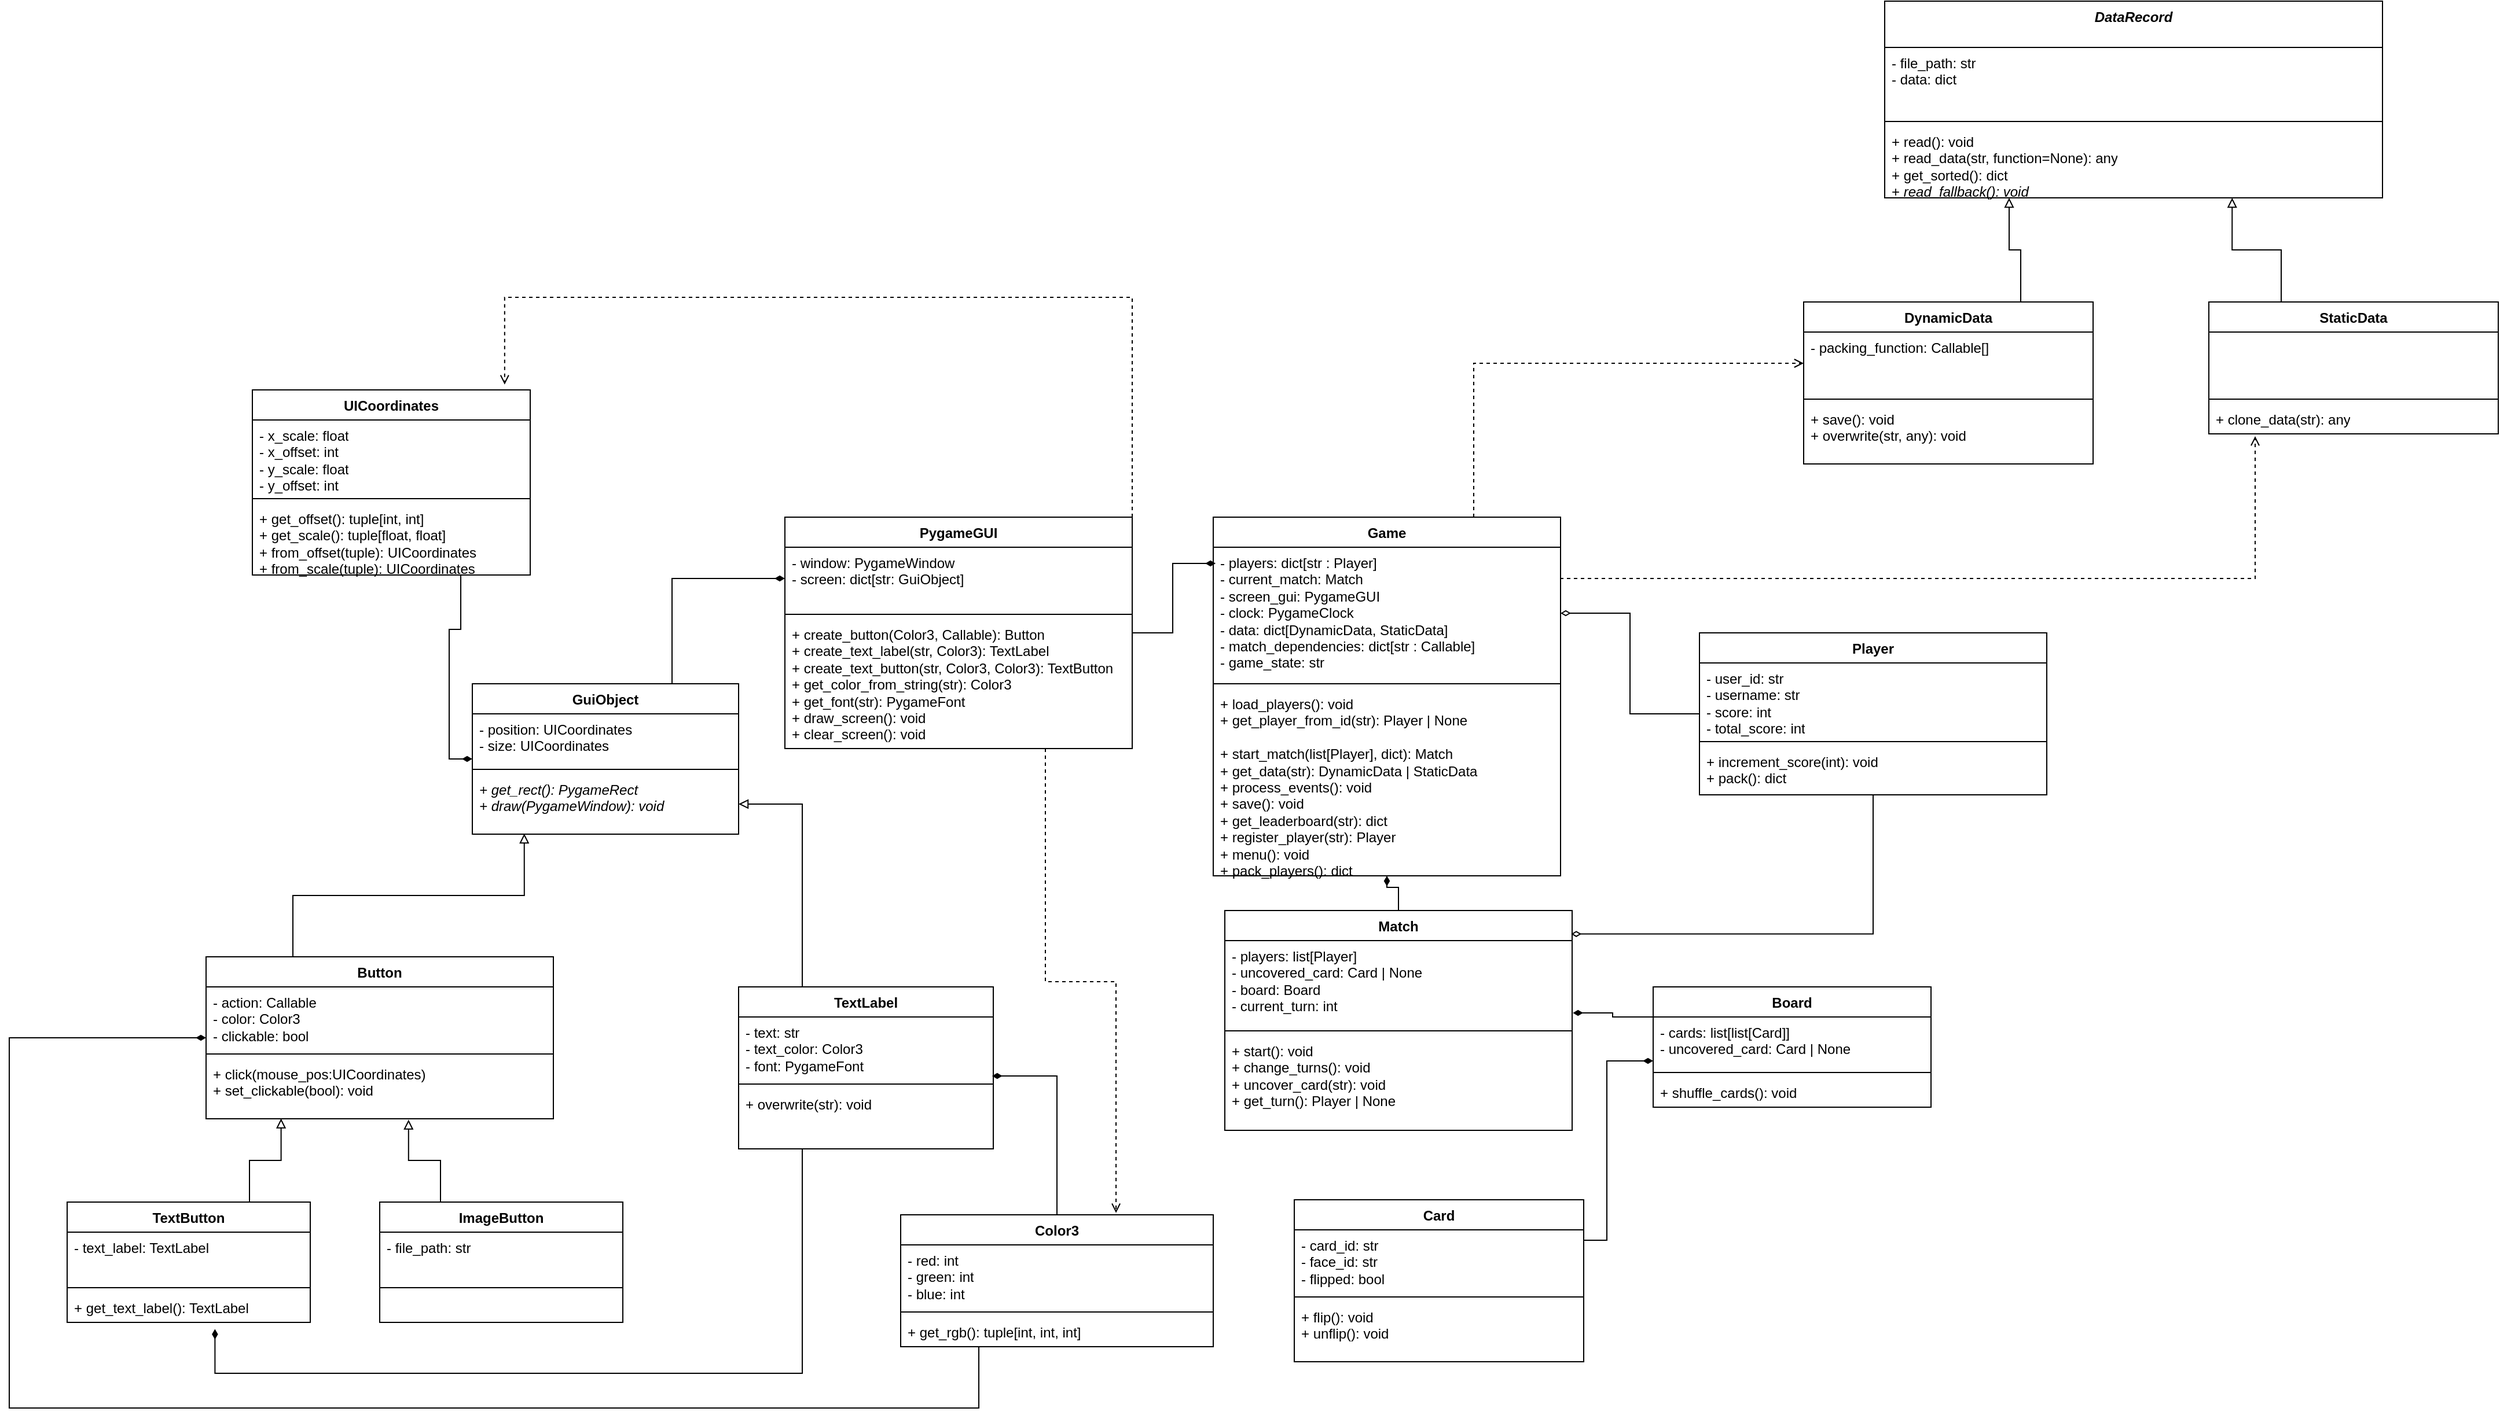
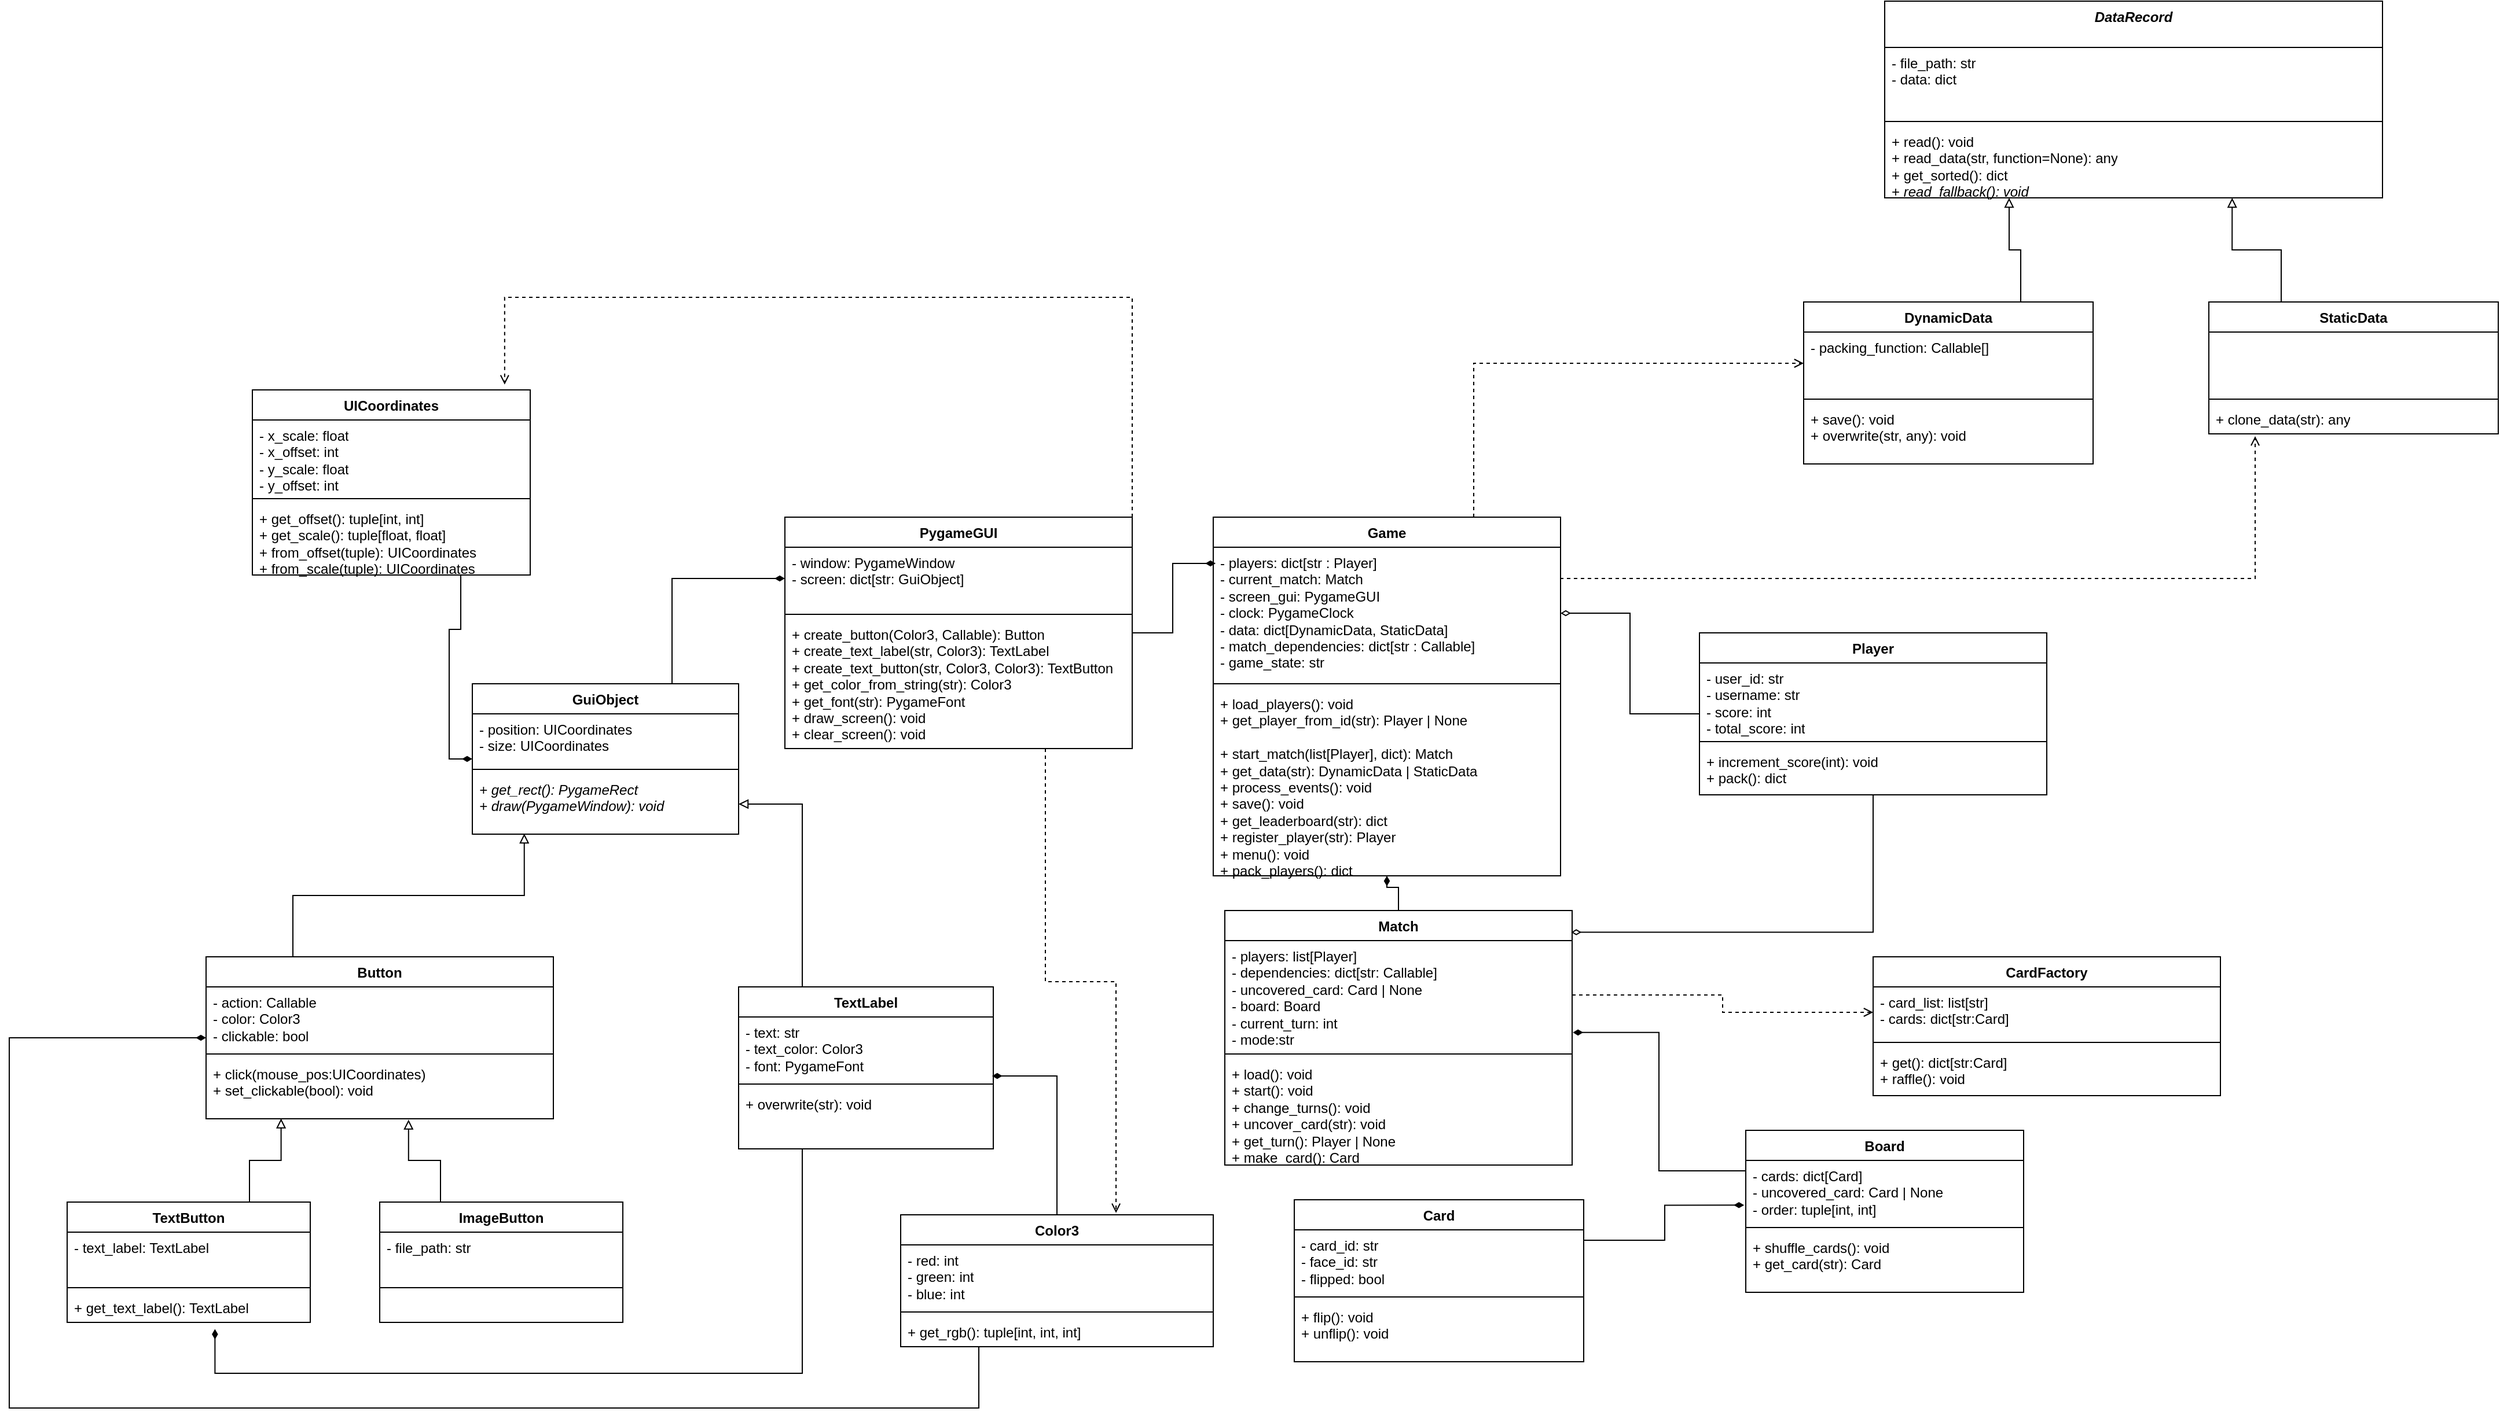
<mxfile host="app.diagrams.net">
  <diagram name="Page-1" id="O6mCpQ_lWsjEK-XlasFV">
-     <mxGraphModel dx="2019" dy="1243" grid="1" gridSize="10" guides="1" tooltips="1" connect="1" arrows="1" fold="1" page="0" pageScale="1" pageWidth="850" pageHeight="1100" math="0" shadow="0">
+     <mxGraphModel dx="2060" dy="1265" grid="1" gridSize="10" guides="1" tooltips="1" connect="1" arrows="1" fold="1" page="0" pageScale="1" pageWidth="850" pageHeight="1100" math="0" shadow="0">
      <root>
        <mxCell id="0" />
        <mxCell id="1" parent="0" />
        <mxCell id="eQeHEutrMqce5xfz2TAn-13" edge="1" parent="1" source="eQeHEutrMqce5xfz2TAn-1" style="edgeStyle=orthogonalEdgeStyle;rounded=0;orthogonalLoop=1;jettySize=auto;html=1;endArrow=diamondThin;endFill=0;" target="eQeHEutrMqce5xfz2TAn-6">
          <mxGeometry relative="1" as="geometry" />
        </mxCell>
        <mxCell id="eQeHEutrMqce5xfz2TAn-1" parent="1" style="swimlane;fontStyle=1;align=center;verticalAlign=top;childLayout=stackLayout;horizontal=1;startSize=26;horizontalStack=0;resizeParent=1;resizeParentMax=0;resizeLast=0;collapsible=1;marginBottom=0;whiteSpace=wrap;html=1;" value="Player" vertex="1">
          <mxGeometry height="140" width="300" x="440" y="10" as="geometry" />
        </mxCell>
        <mxCell id="eQeHEutrMqce5xfz2TAn-2" parent="eQeHEutrMqce5xfz2TAn-1" style="text;strokeColor=none;fillColor=none;align=left;verticalAlign=top;spacingLeft=4;spacingRight=4;overflow=hidden;rotatable=0;points=[[0,0.5],[1,0.5]];portConstraint=eastwest;whiteSpace=wrap;html=1;" value="- user_id: str&lt;div&gt;- username: str&lt;/div&gt;&lt;div&gt;- score: int&lt;/div&gt;&lt;div&gt;- total_score: int&lt;/div&gt;" vertex="1">
          <mxGeometry height="64" width="300" y="26" as="geometry" />
        </mxCell>
        <mxCell id="eQeHEutrMqce5xfz2TAn-3" parent="eQeHEutrMqce5xfz2TAn-1" style="line;strokeWidth=1;fillColor=none;align=left;verticalAlign=middle;spacingTop=-1;spacingLeft=3;spacingRight=3;rotatable=0;labelPosition=right;points=[];portConstraint=eastwest;strokeColor=inherit;" value="" vertex="1">
          <mxGeometry height="8" width="300" y="90" as="geometry" />
        </mxCell>
        <mxCell id="eQeHEutrMqce5xfz2TAn-4" parent="eQeHEutrMqce5xfz2TAn-1" style="text;strokeColor=none;fillColor=none;align=left;verticalAlign=top;spacingLeft=4;spacingRight=4;overflow=hidden;rotatable=0;points=[[0,0.5],[1,0.5]];portConstraint=eastwest;whiteSpace=wrap;html=1;" value="+ increment_score(int): void&lt;div&gt;+ pack(): dict&lt;/div&gt;" vertex="1">
          <mxGeometry height="42" width="300" y="98" as="geometry" />
        </mxCell>
        <mxCell id="eQeHEutrMqce5xfz2TAn-92" edge="1" parent="1" source="eQeHEutrMqce5xfz2TAn-5" style="edgeStyle=orthogonalEdgeStyle;rounded=0;orthogonalLoop=1;jettySize=auto;html=1;exitX=0.75;exitY=0;exitDx=0;exitDy=0;endArrow=open;endFill=0;dashed=1;" target="eQeHEutrMqce5xfz2TAn-61">
          <mxGeometry relative="1" as="geometry" />
        </mxCell>
        <mxCell id="eQeHEutrMqce5xfz2TAn-5" parent="1" style="swimlane;fontStyle=1;align=center;verticalAlign=top;childLayout=stackLayout;horizontal=1;startSize=26;horizontalStack=0;resizeParent=1;resizeParentMax=0;resizeLast=0;collapsible=1;marginBottom=0;whiteSpace=wrap;html=1;" value="Game" vertex="1">
          <mxGeometry height="310" width="300" x="20" y="-90" as="geometry" />
        </mxCell>
        <mxCell id="eQeHEutrMqce5xfz2TAn-6" parent="eQeHEutrMqce5xfz2TAn-5" style="text;strokeColor=none;fillColor=none;align=left;verticalAlign=top;spacingLeft=4;spacingRight=4;overflow=hidden;rotatable=0;points=[[0,0.5],[1,0.5]];portConstraint=eastwest;whiteSpace=wrap;html=1;" value="- players: dict[str : Player]&lt;div&gt;- current_match: Match&lt;/div&gt;&lt;div&gt;- screen_gui: PygameGUI&lt;/div&gt;&lt;div&gt;- clock: PygameClock&lt;/div&gt;&lt;div&gt;- data: dict[DynamicData, StaticData]&lt;/div&gt;&lt;div&gt;- match_dependencies: dict[str : Callable]&lt;/div&gt;&lt;div&gt;- game_state: str&lt;/div&gt;" vertex="1">
          <mxGeometry height="114" width="300" y="26" as="geometry" />
        </mxCell>
        <mxCell id="eQeHEutrMqce5xfz2TAn-7" parent="eQeHEutrMqce5xfz2TAn-5" style="line;strokeWidth=1;fillColor=none;align=left;verticalAlign=middle;spacingTop=-1;spacingLeft=3;spacingRight=3;rotatable=0;labelPosition=right;points=[];portConstraint=eastwest;strokeColor=inherit;" value="" vertex="1">
          <mxGeometry height="8" width="300" y="140" as="geometry" />
        </mxCell>
        <mxCell id="eQeHEutrMqce5xfz2TAn-8" parent="eQeHEutrMqce5xfz2TAn-5" style="text;strokeColor=none;fillColor=none;align=left;verticalAlign=top;spacingLeft=4;spacingRight=4;overflow=hidden;rotatable=0;points=[[0,0.5],[1,0.5]];portConstraint=eastwest;whiteSpace=wrap;html=1;" value="&lt;div&gt;+ load_players(): void&lt;/div&gt;+ get_player_from_id(str): Player | None&lt;div&gt;&lt;font&gt;&lt;span style=&quot;color: light-dark(rgb(255, 255, 255), rgb(250, 250, 250));&quot;&gt;+ get_player_by_name(str): Player | None&lt;/span&gt;&lt;br&gt;&lt;/font&gt;&lt;div&gt;&lt;div&gt;+ start_match(list[Player], dict): Match&lt;/div&gt;&lt;div&gt;+ get_data(str): DynamicData | StaticData&lt;/div&gt;&lt;div&gt;+ process_events(): void&lt;/div&gt;&lt;div&gt;+ save(): void&lt;/div&gt;&lt;div&gt;+ get_leaderboard(str): dict&lt;/div&gt;&lt;div&gt;+ register_player(str): Player&lt;/div&gt;&lt;div&gt;+ menu(): void&lt;/div&gt;&lt;div&gt;+ pack_players(): dict&lt;/div&gt;&lt;/div&gt;&lt;/div&gt;" vertex="1">
          <mxGeometry height="162" width="300" y="148" as="geometry" />
        </mxCell>
        <mxCell id="eQeHEutrMqce5xfz2TAn-20" edge="1" parent="1" source="eQeHEutrMqce5xfz2TAn-9" style="edgeStyle=orthogonalEdgeStyle;rounded=0;orthogonalLoop=1;jettySize=auto;html=1;entryX=0.5;entryY=1;entryDx=0;entryDy=0;endArrow=diamondThin;endFill=1;" target="eQeHEutrMqce5xfz2TAn-5">
          <mxGeometry relative="1" as="geometry">
            <mxPoint x="170" y="60" as="targetPoint" />
          </mxGeometry>
        </mxCell>
        <mxCell id="eQeHEutrMqce5xfz2TAn-9" parent="1" style="swimlane;fontStyle=1;align=center;verticalAlign=top;childLayout=stackLayout;horizontal=1;startSize=26;horizontalStack=0;resizeParent=1;resizeParentMax=0;resizeLast=0;collapsible=1;marginBottom=0;whiteSpace=wrap;html=1;" value="Match" vertex="1">
-           <mxGeometry height="190" width="300" x="30" y="250" as="geometry" />
-         </mxCell>
-         <mxCell id="eQeHEutrMqce5xfz2TAn-10" parent="eQeHEutrMqce5xfz2TAn-9" style="text;strokeColor=none;fillColor=none;align=left;verticalAlign=top;spacingLeft=4;spacingRight=4;overflow=hidden;rotatable=0;points=[[0,0.5],[1,0.5]];portConstraint=eastwest;whiteSpace=wrap;html=1;" value="- players: list[Player]&lt;div&gt;- uncovered_card: Card | None&lt;/div&gt;&lt;div&gt;- board: Board&lt;/div&gt;&lt;div&gt;- current_turn: int&lt;/div&gt;" vertex="1">
-           <mxGeometry height="74" width="300" y="26" as="geometry" />
+           <mxGeometry height="220" width="300" x="30" y="250" as="geometry" />
+         </mxCell>
+         <mxCell id="eQeHEutrMqce5xfz2TAn-10" parent="eQeHEutrMqce5xfz2TAn-9" style="text;strokeColor=none;fillColor=none;align=left;verticalAlign=top;spacingLeft=4;spacingRight=4;overflow=hidden;rotatable=0;points=[[0,0.5],[1,0.5]];portConstraint=eastwest;whiteSpace=wrap;html=1;" value="- players: list[Player]&lt;div&gt;- dependencies: dict[str: Callable]&lt;br&gt;&lt;div&gt;- uncovered_card: Card | None&lt;/div&gt;&lt;div&gt;- board: Board&lt;/div&gt;&lt;div&gt;- current_turn: int&lt;/div&gt;&lt;/div&gt;&lt;div&gt;- mode:str&lt;/div&gt;" vertex="1">
+           <mxGeometry height="94" width="300" y="26" as="geometry" />
        </mxCell>
        <mxCell id="eQeHEutrMqce5xfz2TAn-11" parent="eQeHEutrMqce5xfz2TAn-9" style="line;strokeWidth=1;fillColor=none;align=left;verticalAlign=middle;spacingTop=-1;spacingLeft=3;spacingRight=3;rotatable=0;labelPosition=right;points=[];portConstraint=eastwest;strokeColor=inherit;" value="" vertex="1">
-           <mxGeometry height="8" width="300" y="100" as="geometry" />
-         </mxCell>
-         <mxCell id="eQeHEutrMqce5xfz2TAn-12" parent="eQeHEutrMqce5xfz2TAn-9" style="text;strokeColor=none;fillColor=none;align=left;verticalAlign=top;spacingLeft=4;spacingRight=4;overflow=hidden;rotatable=0;points=[[0,0.5],[1,0.5]];portConstraint=eastwest;whiteSpace=wrap;html=1;" value="&lt;div&gt;+ start(): void&lt;/div&gt;&lt;div&gt;+ change_turns(): void&lt;/div&gt;+ uncover_card(str): void&lt;div&gt;+ get_turn(): Player | None&lt;br&gt;&lt;div&gt;&lt;br&gt;&lt;/div&gt;&lt;/div&gt;" vertex="1">
-           <mxGeometry height="82" width="300" y="108" as="geometry" />
+           <mxGeometry height="8" width="300" y="120" as="geometry" />
+         </mxCell>
+         <mxCell id="eQeHEutrMqce5xfz2TAn-12" parent="eQeHEutrMqce5xfz2TAn-9" style="text;strokeColor=none;fillColor=none;align=left;verticalAlign=top;spacingLeft=4;spacingRight=4;overflow=hidden;rotatable=0;points=[[0,0.5],[1,0.5]];portConstraint=eastwest;whiteSpace=wrap;html=1;" value="&lt;div&gt;+ load(): void&lt;/div&gt;&lt;div&gt;+ start(): void&lt;/div&gt;&lt;div&gt;+ change_turns(): void&lt;/div&gt;+ uncover_card(str): void&lt;div&gt;+ get_turn(): Player | None&lt;br&gt;&lt;div&gt;+ make_card(): Card&lt;/div&gt;&lt;/div&gt;" vertex="1">
+           <mxGeometry height="92" width="300" y="128" as="geometry" />
        </mxCell>
        <mxCell id="eQeHEutrMqce5xfz2TAn-14" edge="1" parent="1" source="eQeHEutrMqce5xfz2TAn-1" style="edgeStyle=orthogonalEdgeStyle;rounded=0;orthogonalLoop=1;jettySize=auto;html=1;entryX=0.997;entryY=-0.077;entryDx=0;entryDy=0;entryPerimeter=0;endArrow=diamondThin;endFill=0;" target="eQeHEutrMqce5xfz2TAn-10">
          <mxGeometry relative="1" as="geometry" />
        </mxCell>
        <mxCell id="eQeHEutrMqce5xfz2TAn-15" parent="1" style="swimlane;fontStyle=1;align=center;verticalAlign=top;childLayout=stackLayout;horizontal=1;startSize=26;horizontalStack=0;resizeParent=1;resizeParentMax=0;resizeLast=0;collapsible=1;marginBottom=0;whiteSpace=wrap;html=1;" value="PygameGUI" vertex="1">
          <mxGeometry height="200" width="300" x="-350" y="-90" as="geometry" />
        </mxCell>
        <mxCell id="eQeHEutrMqce5xfz2TAn-16" parent="eQeHEutrMqce5xfz2TAn-15" style="text;strokeColor=none;fillColor=none;align=left;verticalAlign=top;spacingLeft=4;spacingRight=4;overflow=hidden;rotatable=0;points=[[0,0.5],[1,0.5]];portConstraint=eastwest;whiteSpace=wrap;html=1;" value="- window: PygameWindow&lt;div&gt;- screen: dict[str: GuiObject]&lt;/div&gt;" vertex="1">
          <mxGeometry height="54" width="300" y="26" as="geometry" />
        </mxCell>
        <mxCell id="eQeHEutrMqce5xfz2TAn-17" parent="eQeHEutrMqce5xfz2TAn-15" style="line;strokeWidth=1;fillColor=none;align=left;verticalAlign=middle;spacingTop=-1;spacingLeft=3;spacingRight=3;rotatable=0;labelPosition=right;points=[];portConstraint=eastwest;strokeColor=inherit;" value="" vertex="1">
          <mxGeometry height="8" width="300" y="80" as="geometry" />
        </mxCell>
        <mxCell id="eQeHEutrMqce5xfz2TAn-18" parent="eQeHEutrMqce5xfz2TAn-15" style="text;strokeColor=none;fillColor=none;align=left;verticalAlign=top;spacingLeft=4;spacingRight=4;overflow=hidden;rotatable=0;points=[[0,0.5],[1,0.5]];portConstraint=eastwest;whiteSpace=wrap;html=1;" value="&lt;div&gt;+ create_button(Color3, Callable): Button&lt;/div&gt;&lt;div&gt;+ create_text_label(str, Color3): TextLabel&lt;/div&gt;&lt;div&gt;+ create_text_button(str, Color3, Color3): TextButton&lt;/div&gt;&lt;div&gt;+ get_color_from_string(str): Color3&lt;/div&gt;&lt;div&gt;+ get_font(str): PygameFont&lt;/div&gt;&lt;div&gt;+ draw_screen(): void&lt;/div&gt;&lt;div&gt;+ clear_screen(): void&lt;/div&gt;" vertex="1">
          <mxGeometry height="112" width="300" y="88" as="geometry" />
        </mxCell>
        <mxCell id="eQeHEutrMqce5xfz2TAn-19" edge="1" parent="1" source="eQeHEutrMqce5xfz2TAn-15" style="edgeStyle=orthogonalEdgeStyle;rounded=0;orthogonalLoop=1;jettySize=auto;html=1;entryX=0.007;entryY=0.129;entryDx=0;entryDy=0;entryPerimeter=0;endArrow=diamondThin;endFill=1;" target="eQeHEutrMqce5xfz2TAn-5">
          <mxGeometry relative="1" as="geometry" />
        </mxCell>
        <mxCell id="eQeHEutrMqce5xfz2TAn-21" parent="1" style="swimlane;fontStyle=1;align=center;verticalAlign=top;childLayout=stackLayout;horizontal=1;startSize=26;horizontalStack=0;resizeParent=1;resizeParentMax=0;resizeLast=0;collapsible=1;marginBottom=0;whiteSpace=wrap;html=1;" value="Button" vertex="1">
          <mxGeometry height="140" width="300" x="-850" y="290" as="geometry" />
        </mxCell>
        <mxCell id="eQeHEutrMqce5xfz2TAn-22" parent="eQeHEutrMqce5xfz2TAn-21" style="text;strokeColor=none;fillColor=none;align=left;verticalAlign=top;spacingLeft=4;spacingRight=4;overflow=hidden;rotatable=0;points=[[0,0.5],[1,0.5]];portConstraint=eastwest;whiteSpace=wrap;html=1;" value="- action: Callable&lt;div&gt;- color: Color3&lt;/div&gt;&lt;div&gt;- clickable: bool&lt;/div&gt;" vertex="1">
          <mxGeometry height="54" width="300" y="26" as="geometry" />
        </mxCell>
        <mxCell id="eQeHEutrMqce5xfz2TAn-23" parent="eQeHEutrMqce5xfz2TAn-21" style="line;strokeWidth=1;fillColor=none;align=left;verticalAlign=middle;spacingTop=-1;spacingLeft=3;spacingRight=3;rotatable=0;labelPosition=right;points=[];portConstraint=eastwest;strokeColor=inherit;" value="" vertex="1">
          <mxGeometry height="8" width="300" y="80" as="geometry" />
        </mxCell>
        <mxCell id="eQeHEutrMqce5xfz2TAn-24" parent="eQeHEutrMqce5xfz2TAn-21" style="text;strokeColor=none;fillColor=none;align=left;verticalAlign=top;spacingLeft=4;spacingRight=4;overflow=hidden;rotatable=0;points=[[0,0.5],[1,0.5]];portConstraint=eastwest;whiteSpace=wrap;html=1;" value="&lt;div&gt;+ click(mouse_pos:UICoordinates)&lt;/div&gt;&lt;div&gt;+ set_clickable(bool): void&lt;/div&gt;" vertex="1">
          <mxGeometry height="52" width="300" y="88" as="geometry" />
        </mxCell>
        <mxCell id="eQeHEutrMqce5xfz2TAn-114" edge="1" parent="1" source="eQeHEutrMqce5xfz2TAn-29" style="edgeStyle=orthogonalEdgeStyle;rounded=0;orthogonalLoop=1;jettySize=auto;html=1;exitX=0.25;exitY=1;exitDx=0;exitDy=0;entryX=0;entryY=0.5;entryDx=0;entryDy=0;endArrow=diamondThin;endFill=1;" target="eQeHEutrMqce5xfz2TAn-21">
          <mxGeometry relative="1" as="geometry">
            <Array as="points">
              <mxPoint x="-182" y="680" />
              <mxPoint x="-1020" y="680" />
              <mxPoint x="-1020" y="360" />
            </Array>
          </mxGeometry>
        </mxCell>
        <mxCell id="eQeHEutrMqce5xfz2TAn-29" parent="1" style="swimlane;fontStyle=1;align=center;verticalAlign=top;childLayout=stackLayout;horizontal=1;startSize=26;horizontalStack=0;resizeParent=1;resizeParentMax=0;resizeLast=0;collapsible=1;marginBottom=0;whiteSpace=wrap;html=1;" value="Color3" vertex="1">
          <mxGeometry height="114" width="270" x="-250" y="513" as="geometry" />
        </mxCell>
        <mxCell id="eQeHEutrMqce5xfz2TAn-30" parent="eQeHEutrMqce5xfz2TAn-29" style="text;strokeColor=none;fillColor=none;align=left;verticalAlign=top;spacingLeft=4;spacingRight=4;overflow=hidden;rotatable=0;points=[[0,0.5],[1,0.5]];portConstraint=eastwest;whiteSpace=wrap;html=1;" value="- red: int&lt;div&gt;- green: int&lt;/div&gt;&lt;div&gt;- blue: int&lt;/div&gt;" vertex="1">
          <mxGeometry height="54" width="270" y="26" as="geometry" />
        </mxCell>
        <mxCell id="eQeHEutrMqce5xfz2TAn-31" parent="eQeHEutrMqce5xfz2TAn-29" style="line;strokeWidth=1;fillColor=none;align=left;verticalAlign=middle;spacingTop=-1;spacingLeft=3;spacingRight=3;rotatable=0;labelPosition=right;points=[];portConstraint=eastwest;strokeColor=inherit;" value="" vertex="1">
          <mxGeometry height="8" width="270" y="80" as="geometry" />
        </mxCell>
        <mxCell id="eQeHEutrMqce5xfz2TAn-32" parent="eQeHEutrMqce5xfz2TAn-29" style="text;strokeColor=none;fillColor=none;align=left;verticalAlign=top;spacingLeft=4;spacingRight=4;overflow=hidden;rotatable=0;points=[[0,0.5],[1,0.5]];portConstraint=eastwest;whiteSpace=wrap;html=1;" value="+ get_rgb(): tuple[int, int, int]" vertex="1">
          <mxGeometry height="26" width="270" y="88" as="geometry" />
        </mxCell>
        <mxCell id="eQeHEutrMqce5xfz2TAn-41" edge="1" parent="1" source="eQeHEutrMqce5xfz2TAn-36" style="edgeStyle=orthogonalEdgeStyle;rounded=0;orthogonalLoop=1;jettySize=auto;html=1;exitX=0.75;exitY=0;exitDx=0;exitDy=0;entryX=0.216;entryY=0.995;entryDx=0;entryDy=0;entryPerimeter=0;endArrow=block;endFill=0;" target="eQeHEutrMqce5xfz2TAn-24">
          <mxGeometry relative="1" as="geometry">
            <mxPoint x="-300" y="270" as="targetPoint" />
          </mxGeometry>
        </mxCell>
        <mxCell id="eQeHEutrMqce5xfz2TAn-36" parent="1" style="swimlane;fontStyle=1;align=center;verticalAlign=top;childLayout=stackLayout;horizontal=1;startSize=26;horizontalStack=0;resizeParent=1;resizeParentMax=0;resizeLast=0;collapsible=1;marginBottom=0;whiteSpace=wrap;html=1;" value="TextButton" vertex="1">
          <mxGeometry height="104" width="210" x="-970" y="502" as="geometry" />
        </mxCell>
        <mxCell id="eQeHEutrMqce5xfz2TAn-37" parent="eQeHEutrMqce5xfz2TAn-36" style="text;strokeColor=none;fillColor=none;align=left;verticalAlign=top;spacingLeft=4;spacingRight=4;overflow=hidden;rotatable=0;points=[[0,0.5],[1,0.5]];portConstraint=eastwest;whiteSpace=wrap;html=1;" value="- text_label: TextLabel" vertex="1">
          <mxGeometry height="44" width="210" y="26" as="geometry" />
        </mxCell>
        <mxCell id="eQeHEutrMqce5xfz2TAn-38" parent="eQeHEutrMqce5xfz2TAn-36" style="line;strokeWidth=1;fillColor=none;align=left;verticalAlign=middle;spacingTop=-1;spacingLeft=3;spacingRight=3;rotatable=0;labelPosition=right;points=[];portConstraint=eastwest;strokeColor=inherit;" value="" vertex="1">
          <mxGeometry height="8" width="210" y="70" as="geometry" />
        </mxCell>
        <mxCell id="eQeHEutrMqce5xfz2TAn-39" parent="eQeHEutrMqce5xfz2TAn-36" style="text;strokeColor=none;fillColor=none;align=left;verticalAlign=top;spacingLeft=4;spacingRight=4;overflow=hidden;rotatable=0;points=[[0,0.5],[1,0.5]];portConstraint=eastwest;whiteSpace=wrap;html=1;" value="&lt;div&gt;+ get_text_label(): TextLabel&lt;/div&gt;" vertex="1">
          <mxGeometry height="26" width="210" y="78" as="geometry" />
        </mxCell>
        <mxCell id="eQeHEutrMqce5xfz2TAn-46" edge="1" parent="1" source="eQeHEutrMqce5xfz2TAn-42" style="edgeStyle=orthogonalEdgeStyle;rounded=0;orthogonalLoop=1;jettySize=auto;html=1;exitX=0.25;exitY=0;exitDx=0;exitDy=0;entryX=0.583;entryY=1.015;entryDx=0;entryDy=0;entryPerimeter=0;endArrow=block;endFill=0;" target="eQeHEutrMqce5xfz2TAn-24">
          <mxGeometry relative="1" as="geometry">
            <mxPoint x="-190" y="270" as="targetPoint" />
          </mxGeometry>
        </mxCell>
        <mxCell id="eQeHEutrMqce5xfz2TAn-42" parent="1" style="swimlane;fontStyle=1;align=center;verticalAlign=top;childLayout=stackLayout;horizontal=1;startSize=26;horizontalStack=0;resizeParent=1;resizeParentMax=0;resizeLast=0;collapsible=1;marginBottom=0;whiteSpace=wrap;html=1;" value="ImageButton" vertex="1">
          <mxGeometry height="104" width="210" x="-700" y="502" as="geometry" />
        </mxCell>
        <mxCell id="eQeHEutrMqce5xfz2TAn-43" parent="eQeHEutrMqce5xfz2TAn-42" style="text;strokeColor=none;fillColor=none;align=left;verticalAlign=top;spacingLeft=4;spacingRight=4;overflow=hidden;rotatable=0;points=[[0,0.5],[1,0.5]];portConstraint=eastwest;whiteSpace=wrap;html=1;" value="- file_path: str" vertex="1">
          <mxGeometry height="44" width="210" y="26" as="geometry" />
        </mxCell>
        <mxCell id="eQeHEutrMqce5xfz2TAn-44" parent="eQeHEutrMqce5xfz2TAn-42" style="line;strokeWidth=1;fillColor=none;align=left;verticalAlign=middle;spacingTop=-1;spacingLeft=3;spacingRight=3;rotatable=0;labelPosition=right;points=[];portConstraint=eastwest;strokeColor=inherit;" value="" vertex="1">
          <mxGeometry height="8" width="210" y="70" as="geometry" />
        </mxCell>
        <mxCell id="eQeHEutrMqce5xfz2TAn-45" parent="eQeHEutrMqce5xfz2TAn-42" style="text;strokeColor=none;fillColor=none;align=left;verticalAlign=top;spacingLeft=4;spacingRight=4;overflow=hidden;rotatable=0;points=[[0,0.5],[1,0.5]];portConstraint=eastwest;whiteSpace=wrap;html=1;" value="&lt;br&gt;&lt;div&gt;&lt;br&gt;&lt;/div&gt;" vertex="1">
          <mxGeometry height="26" width="210" y="78" as="geometry" />
        </mxCell>
        <mxCell id="eQeHEutrMqce5xfz2TAn-111" edge="1" parent="1" source="eQeHEutrMqce5xfz2TAn-47" style="edgeStyle=orthogonalEdgeStyle;rounded=0;orthogonalLoop=1;jettySize=auto;html=1;exitX=0.75;exitY=1;exitDx=0;exitDy=0;entryX=0;entryY=0.5;entryDx=0;entryDy=0;endArrow=diamondThin;endFill=1;" target="eQeHEutrMqce5xfz2TAn-103">
          <mxGeometry relative="1" as="geometry" />
        </mxCell>
        <mxCell id="eQeHEutrMqce5xfz2TAn-47" parent="1" style="swimlane;fontStyle=1;align=center;verticalAlign=top;childLayout=stackLayout;horizontal=1;startSize=26;horizontalStack=0;resizeParent=1;resizeParentMax=0;resizeLast=0;collapsible=1;marginBottom=0;whiteSpace=wrap;html=1;" value="UICoordinates" vertex="1">
          <mxGeometry height="160" width="240" x="-810" y="-200" as="geometry" />
        </mxCell>
        <mxCell id="eQeHEutrMqce5xfz2TAn-48" parent="eQeHEutrMqce5xfz2TAn-47" style="text;strokeColor=none;fillColor=none;align=left;verticalAlign=top;spacingLeft=4;spacingRight=4;overflow=hidden;rotatable=0;points=[[0,0.5],[1,0.5]];portConstraint=eastwest;whiteSpace=wrap;html=1;" value="- x_scale: float&lt;div&gt;- x_offset: int&lt;/div&gt;&lt;div&gt;- y_scale: float&lt;/div&gt;&lt;div&gt;- y_offset: int&lt;/div&gt;" vertex="1">
          <mxGeometry height="64" width="240" y="26" as="geometry" />
        </mxCell>
        <mxCell id="eQeHEutrMqce5xfz2TAn-49" parent="eQeHEutrMqce5xfz2TAn-47" style="line;strokeWidth=1;fillColor=none;align=left;verticalAlign=middle;spacingTop=-1;spacingLeft=3;spacingRight=3;rotatable=0;labelPosition=right;points=[];portConstraint=eastwest;strokeColor=inherit;" value="" vertex="1">
          <mxGeometry height="8" width="240" y="90" as="geometry" />
        </mxCell>
        <mxCell id="eQeHEutrMqce5xfz2TAn-50" parent="eQeHEutrMqce5xfz2TAn-47" style="text;strokeColor=none;fillColor=none;align=left;verticalAlign=top;spacingLeft=4;spacingRight=4;overflow=hidden;rotatable=0;points=[[0,0.5],[1,0.5]];portConstraint=eastwest;whiteSpace=wrap;html=1;" value="+ get_offset(): tuple[int, int]&lt;div&gt;+ get_scale(): tuple[float, float]&lt;/div&gt;&lt;div&gt;+ from_offset(tuple): UICoordinates&lt;/div&gt;&lt;div&gt;+ from_scale(tuple): UICoordinates&lt;/div&gt;" vertex="1">
          <mxGeometry height="62" width="240" y="98" as="geometry" />
        </mxCell>
        <mxCell id="eQeHEutrMqce5xfz2TAn-52" parent="1" style="swimlane;fontStyle=1;align=center;verticalAlign=top;childLayout=stackLayout;horizontal=1;startSize=40;horizontalStack=0;resizeParent=1;resizeParentMax=0;resizeLast=0;collapsible=1;marginBottom=0;whiteSpace=wrap;html=1;" value="&lt;div&gt;&lt;i style=&quot;background-color: transparent; color: light-dark(rgb(0, 0, 0), rgb(255, 255, 255));&quot;&gt;DataRecord&lt;/i&gt;&lt;/div&gt;" vertex="1">
          <mxGeometry height="170" width="430" x="600" y="-536" as="geometry" />
        </mxCell>
        <mxCell id="eQeHEutrMqce5xfz2TAn-53" parent="eQeHEutrMqce5xfz2TAn-52" style="text;strokeColor=none;fillColor=none;align=left;verticalAlign=top;spacingLeft=4;spacingRight=4;overflow=hidden;rotatable=0;points=[[0,0.5],[1,0.5]];portConstraint=eastwest;whiteSpace=wrap;html=1;" value="&lt;div&gt;- file_path: str&lt;/div&gt;&lt;div&gt;- data: dict&lt;/div&gt;&lt;div&gt;&lt;br&gt;&lt;/div&gt;" vertex="1">
          <mxGeometry height="60" width="430" y="40" as="geometry" />
        </mxCell>
        <mxCell id="eQeHEutrMqce5xfz2TAn-54" parent="eQeHEutrMqce5xfz2TAn-52" style="line;strokeWidth=1;fillColor=none;align=left;verticalAlign=middle;spacingTop=-1;spacingLeft=3;spacingRight=3;rotatable=0;labelPosition=right;points=[];portConstraint=eastwest;strokeColor=inherit;" value="" vertex="1">
          <mxGeometry height="8" width="430" y="100" as="geometry" />
        </mxCell>
        <mxCell id="eQeHEutrMqce5xfz2TAn-55" parent="eQeHEutrMqce5xfz2TAn-52" style="text;strokeColor=none;fillColor=none;align=left;verticalAlign=top;spacingLeft=4;spacingRight=4;overflow=hidden;rotatable=0;points=[[0,0.5],[1,0.5]];portConstraint=eastwest;whiteSpace=wrap;html=1;" value="+ read(): void&lt;div&gt;+ read_data(str, function=None): any&lt;/div&gt;&lt;div&gt;+ get_sorted(): dict&lt;/div&gt;&lt;div&gt;+ &lt;i&gt;read_fallback(): void&lt;/i&gt;&lt;/div&gt;&lt;div&gt;&lt;br&gt;&lt;/div&gt;" vertex="1">
          <mxGeometry height="62" width="430" y="108" as="geometry" />
        </mxCell>
        <mxCell id="eQeHEutrMqce5xfz2TAn-56" parent="1" style="swimlane;fontStyle=1;align=center;verticalAlign=top;childLayout=stackLayout;horizontal=1;startSize=26;horizontalStack=0;resizeParent=1;resizeParentMax=0;resizeLast=0;collapsible=1;marginBottom=0;whiteSpace=wrap;html=1;" value="StaticData" vertex="1">
          <mxGeometry height="114" width="250" x="880" y="-276" as="geometry" />
        </mxCell>
        <mxCell id="eQeHEutrMqce5xfz2TAn-57" parent="eQeHEutrMqce5xfz2TAn-56" style="text;strokeColor=none;fillColor=none;align=left;verticalAlign=top;spacingLeft=4;spacingRight=4;overflow=hidden;rotatable=0;points=[[0,0.5],[1,0.5]];portConstraint=eastwest;whiteSpace=wrap;html=1;" value="&lt;div&gt;&lt;br&gt;&lt;/div&gt;" vertex="1">
          <mxGeometry height="54" width="250" y="26" as="geometry" />
        </mxCell>
        <mxCell id="eQeHEutrMqce5xfz2TAn-58" parent="eQeHEutrMqce5xfz2TAn-56" style="line;strokeWidth=1;fillColor=none;align=left;verticalAlign=middle;spacingTop=-1;spacingLeft=3;spacingRight=3;rotatable=0;labelPosition=right;points=[];portConstraint=eastwest;strokeColor=inherit;" value="" vertex="1">
          <mxGeometry height="8" width="250" y="80" as="geometry" />
        </mxCell>
        <mxCell id="eQeHEutrMqce5xfz2TAn-59" parent="eQeHEutrMqce5xfz2TAn-56" style="text;strokeColor=none;fillColor=none;align=left;verticalAlign=top;spacingLeft=4;spacingRight=4;overflow=hidden;rotatable=0;points=[[0,0.5],[1,0.5]];portConstraint=eastwest;whiteSpace=wrap;html=1;" value="+ clone_data(str): any" vertex="1">
          <mxGeometry height="26" width="250" y="88" as="geometry" />
        </mxCell>
        <mxCell id="eQeHEutrMqce5xfz2TAn-64" edge="1" parent="1" source="eQeHEutrMqce5xfz2TAn-60" style="edgeStyle=orthogonalEdgeStyle;rounded=0;orthogonalLoop=1;jettySize=auto;html=1;exitX=0.75;exitY=0;exitDx=0;exitDy=0;entryX=0.25;entryY=1;entryDx=0;entryDy=0;endArrow=block;endFill=0;" target="eQeHEutrMqce5xfz2TAn-52">
          <mxGeometry relative="1" as="geometry" />
        </mxCell>
        <mxCell id="eQeHEutrMqce5xfz2TAn-60" parent="1" style="swimlane;fontStyle=1;align=center;verticalAlign=top;childLayout=stackLayout;horizontal=1;startSize=26;horizontalStack=0;resizeParent=1;resizeParentMax=0;resizeLast=0;collapsible=1;marginBottom=0;whiteSpace=wrap;html=1;" value="DynamicData" vertex="1">
          <mxGeometry height="140" width="250" x="530" y="-276" as="geometry" />
        </mxCell>
        <mxCell id="eQeHEutrMqce5xfz2TAn-61" parent="eQeHEutrMqce5xfz2TAn-60" style="text;strokeColor=none;fillColor=none;align=left;verticalAlign=top;spacingLeft=4;spacingRight=4;overflow=hidden;rotatable=0;points=[[0,0.5],[1,0.5]];portConstraint=eastwest;whiteSpace=wrap;html=1;" value="&lt;div&gt;- packing_function: Callable[]&lt;/div&gt;&lt;div&gt;&lt;br&gt;&lt;/div&gt;" vertex="1">
          <mxGeometry height="54" width="250" y="26" as="geometry" />
        </mxCell>
        <mxCell id="eQeHEutrMqce5xfz2TAn-62" parent="eQeHEutrMqce5xfz2TAn-60" style="line;strokeWidth=1;fillColor=none;align=left;verticalAlign=middle;spacingTop=-1;spacingLeft=3;spacingRight=3;rotatable=0;labelPosition=right;points=[];portConstraint=eastwest;strokeColor=inherit;" value="" vertex="1">
          <mxGeometry height="8" width="250" y="80" as="geometry" />
        </mxCell>
        <mxCell id="eQeHEutrMqce5xfz2TAn-63" parent="eQeHEutrMqce5xfz2TAn-60" style="text;strokeColor=none;fillColor=none;align=left;verticalAlign=top;spacingLeft=4;spacingRight=4;overflow=hidden;rotatable=0;points=[[0,0.5],[1,0.5]];portConstraint=eastwest;whiteSpace=wrap;html=1;" value="+ save(): void&lt;div&gt;+ overwrite(str, any): void&lt;/div&gt;" vertex="1">
          <mxGeometry height="52" width="250" y="88" as="geometry" />
        </mxCell>
        <mxCell id="eQeHEutrMqce5xfz2TAn-65" edge="1" parent="1" source="eQeHEutrMqce5xfz2TAn-56" style="edgeStyle=orthogonalEdgeStyle;rounded=0;orthogonalLoop=1;jettySize=auto;html=1;exitX=0.25;exitY=0;exitDx=0;exitDy=0;entryX=0.698;entryY=1;entryDx=0;entryDy=0;entryPerimeter=0;endArrow=block;endFill=0;" target="eQeHEutrMqce5xfz2TAn-55">
          <mxGeometry relative="1" as="geometry" />
        </mxCell>
        <mxCell id="eQeHEutrMqce5xfz2TAn-77" parent="1" style="swimlane;fontStyle=1;align=center;verticalAlign=top;childLayout=stackLayout;horizontal=1;startSize=26;horizontalStack=0;resizeParent=1;resizeParentMax=0;resizeLast=0;collapsible=1;marginBottom=0;whiteSpace=wrap;html=1;" value="Card" vertex="1">
          <mxGeometry height="140" width="250" x="90" y="500" as="geometry" />
        </mxCell>
        <mxCell id="eQeHEutrMqce5xfz2TAn-78" parent="eQeHEutrMqce5xfz2TAn-77" style="text;strokeColor=none;fillColor=none;align=left;verticalAlign=top;spacingLeft=4;spacingRight=4;overflow=hidden;rotatable=0;points=[[0,0.5],[1,0.5]];portConstraint=eastwest;whiteSpace=wrap;html=1;" value="- card_id: str&lt;div&gt;- face_id: str&lt;/div&gt;&lt;div&gt;- flipped: bool&lt;/div&gt;" vertex="1">
          <mxGeometry height="54" width="250" y="26" as="geometry" />
        </mxCell>
        <mxCell id="eQeHEutrMqce5xfz2TAn-79" parent="eQeHEutrMqce5xfz2TAn-77" style="line;strokeWidth=1;fillColor=none;align=left;verticalAlign=middle;spacingTop=-1;spacingLeft=3;spacingRight=3;rotatable=0;labelPosition=right;points=[];portConstraint=eastwest;strokeColor=inherit;" value="" vertex="1">
          <mxGeometry height="8" width="250" y="80" as="geometry" />
        </mxCell>
        <mxCell id="eQeHEutrMqce5xfz2TAn-80" parent="eQeHEutrMqce5xfz2TAn-77" style="text;strokeColor=none;fillColor=none;align=left;verticalAlign=top;spacingLeft=4;spacingRight=4;overflow=hidden;rotatable=0;points=[[0,0.5],[1,0.5]];portConstraint=eastwest;whiteSpace=wrap;html=1;" value="+ flip(): void&lt;div&gt;+ unflip(): void&lt;/div&gt;" vertex="1">
          <mxGeometry height="52" width="250" y="88" as="geometry" />
        </mxCell>
        <mxCell id="eQeHEutrMqce5xfz2TAn-108" edge="1" parent="1" source="eQeHEutrMqce5xfz2TAn-82" style="edgeStyle=orthogonalEdgeStyle;rounded=0;orthogonalLoop=1;jettySize=auto;html=1;exitX=0.25;exitY=0;exitDx=0;exitDy=0;endArrow=block;endFill=0;" target="eQeHEutrMqce5xfz2TAn-106">
          <mxGeometry relative="1" as="geometry" />
        </mxCell>
        <mxCell id="eQeHEutrMqce5xfz2TAn-82" parent="1" style="swimlane;fontStyle=1;align=center;verticalAlign=top;childLayout=stackLayout;horizontal=1;startSize=26;horizontalStack=0;resizeParent=1;resizeParentMax=0;resizeLast=0;collapsible=1;marginBottom=0;whiteSpace=wrap;html=1;" value="TextLabel" vertex="1">
          <mxGeometry height="140" width="220" x="-390" y="316" as="geometry" />
        </mxCell>
        <mxCell id="eQeHEutrMqce5xfz2TAn-83" parent="eQeHEutrMqce5xfz2TAn-82" style="text;strokeColor=none;fillColor=none;align=left;verticalAlign=top;spacingLeft=4;spacingRight=4;overflow=hidden;rotatable=0;points=[[0,0.5],[1,0.5]];portConstraint=eastwest;whiteSpace=wrap;html=1;" value="- text: str&lt;div&gt;- text_color: Color3&lt;/div&gt;&lt;div&gt;- font: PygameFont&lt;/div&gt;" vertex="1">
          <mxGeometry height="54" width="220" y="26" as="geometry" />
        </mxCell>
        <mxCell id="eQeHEutrMqce5xfz2TAn-84" parent="eQeHEutrMqce5xfz2TAn-82" style="line;strokeWidth=1;fillColor=none;align=left;verticalAlign=middle;spacingTop=-1;spacingLeft=3;spacingRight=3;rotatable=0;labelPosition=right;points=[];portConstraint=eastwest;strokeColor=inherit;" value="" vertex="1">
          <mxGeometry height="8" width="220" y="80" as="geometry" />
        </mxCell>
        <mxCell id="eQeHEutrMqce5xfz2TAn-85" parent="eQeHEutrMqce5xfz2TAn-82" style="text;strokeColor=none;fillColor=none;align=left;verticalAlign=top;spacingLeft=4;spacingRight=4;overflow=hidden;rotatable=0;points=[[0,0.5],[1,0.5]];portConstraint=eastwest;whiteSpace=wrap;html=1;" value="+ overwrite(str): void&lt;div&gt;&lt;br&gt;&lt;/div&gt;" vertex="1">
          <mxGeometry height="52" width="220" y="88" as="geometry" />
        </mxCell>
        <mxCell id="eQeHEutrMqce5xfz2TAn-90" edge="1" parent="1" source="eQeHEutrMqce5xfz2TAn-82" style="edgeStyle=orthogonalEdgeStyle;rounded=0;orthogonalLoop=1;jettySize=auto;html=1;exitX=0.25;exitY=1;exitDx=0;exitDy=0;entryX=0.608;entryY=1.222;entryDx=0;entryDy=0;entryPerimeter=0;endArrow=diamondThin;endFill=1;" target="eQeHEutrMqce5xfz2TAn-39">
          <mxGeometry relative="1" as="geometry">
            <Array as="points">
              <mxPoint x="-335" y="650" />
              <mxPoint x="-842" y="650" />
            </Array>
          </mxGeometry>
        </mxCell>
        <mxCell id="eQeHEutrMqce5xfz2TAn-93" edge="1" parent="1" source="eQeHEutrMqce5xfz2TAn-5" style="edgeStyle=orthogonalEdgeStyle;rounded=0;orthogonalLoop=1;jettySize=auto;html=1;exitX=1;exitY=0.25;exitDx=0;exitDy=0;entryX=0.16;entryY=1.077;entryDx=0;entryDy=0;entryPerimeter=0;dashed=1;endArrow=open;endFill=0;" target="eQeHEutrMqce5xfz2TAn-59">
          <mxGeometry relative="1" as="geometry">
            <Array as="points">
              <mxPoint x="920" y="-37" />
            </Array>
          </mxGeometry>
        </mxCell>
        <mxCell id="eQeHEutrMqce5xfz2TAn-95" edge="1" parent="1" source="eQeHEutrMqce5xfz2TAn-15" style="edgeStyle=orthogonalEdgeStyle;rounded=0;orthogonalLoop=1;jettySize=auto;html=1;exitX=1;exitY=0;exitDx=0;exitDy=0;entryX=0.908;entryY=-0.029;entryDx=0;entryDy=0;entryPerimeter=0;dashed=1;endArrow=open;endFill=0;" target="eQeHEutrMqce5xfz2TAn-47">
          <mxGeometry relative="1" as="geometry">
            <Array as="points">
              <mxPoint x="-50" y="-280" />
              <mxPoint x="-592" y="-280" />
            </Array>
          </mxGeometry>
        </mxCell>
        <mxCell id="eQeHEutrMqce5xfz2TAn-97" parent="1" style="swimlane;fontStyle=1;align=center;verticalAlign=top;childLayout=stackLayout;horizontal=1;startSize=26;horizontalStack=0;resizeParent=1;resizeParentMax=0;resizeLast=0;collapsible=1;marginBottom=0;whiteSpace=wrap;html=1;" value="Board" vertex="1">
-           <mxGeometry height="104" width="240" x="400" y="316" as="geometry" />
-         </mxCell>
-         <mxCell id="eQeHEutrMqce5xfz2TAn-98" parent="eQeHEutrMqce5xfz2TAn-97" style="text;strokeColor=none;fillColor=none;align=left;verticalAlign=top;spacingLeft=4;spacingRight=4;overflow=hidden;rotatable=0;points=[[0,0.5],[1,0.5]];portConstraint=eastwest;whiteSpace=wrap;html=1;" value="- cards: list[list[Card]]&lt;div&gt;- uncovered_card: Card | None&lt;/div&gt;" vertex="1">
-           <mxGeometry height="44" width="240" y="26" as="geometry" />
+           <mxGeometry height="140" width="240" x="480" y="440" as="geometry" />
+         </mxCell>
+         <mxCell id="eQeHEutrMqce5xfz2TAn-98" parent="eQeHEutrMqce5xfz2TAn-97" style="text;strokeColor=none;fillColor=none;align=left;verticalAlign=top;spacingLeft=4;spacingRight=4;overflow=hidden;rotatable=0;points=[[0,0.5],[1,0.5]];portConstraint=eastwest;whiteSpace=wrap;html=1;" value="- cards: dict[Card]&lt;div&gt;- uncovered_card: Card | None&lt;/div&gt;&lt;div&gt;- order: tuple[int, int]&lt;/div&gt;" vertex="1">
+           <mxGeometry height="54" width="240" y="26" as="geometry" />
        </mxCell>
        <mxCell id="eQeHEutrMqce5xfz2TAn-99" parent="eQeHEutrMqce5xfz2TAn-97" style="line;strokeWidth=1;fillColor=none;align=left;verticalAlign=middle;spacingTop=-1;spacingLeft=3;spacingRight=3;rotatable=0;labelPosition=right;points=[];portConstraint=eastwest;strokeColor=inherit;" value="" vertex="1">
-           <mxGeometry height="8" width="240" y="70" as="geometry" />
-         </mxCell>
-         <mxCell id="eQeHEutrMqce5xfz2TAn-100" parent="eQeHEutrMqce5xfz2TAn-97" style="text;strokeColor=none;fillColor=none;align=left;verticalAlign=top;spacingLeft=4;spacingRight=4;overflow=hidden;rotatable=0;points=[[0,0.5],[1,0.5]];portConstraint=eastwest;whiteSpace=wrap;html=1;" value="+ shuffle_cards(): void" vertex="1">
-           <mxGeometry height="26" width="240" y="78" as="geometry" />
-         </mxCell>
-         <mxCell id="eQeHEutrMqce5xfz2TAn-101" edge="1" parent="1" source="eQeHEutrMqce5xfz2TAn-77" style="edgeStyle=orthogonalEdgeStyle;rounded=0;orthogonalLoop=1;jettySize=auto;html=1;exitX=1;exitY=0.25;exitDx=0;exitDy=0;endArrow=diamondThin;endFill=1;">
-           <mxGeometry relative="1" as="geometry">
-             <Array as="points">
-               <mxPoint x="360" y="535" />
-               <mxPoint x="360" y="380" />
-             </Array>
-             <mxPoint x="400" y="380" as="targetPoint" />
-           </mxGeometry>
+           <mxGeometry height="8" width="240" y="80" as="geometry" />
+         </mxCell>
+         <mxCell id="eQeHEutrMqce5xfz2TAn-100" parent="eQeHEutrMqce5xfz2TAn-97" style="text;strokeColor=none;fillColor=none;align=left;verticalAlign=top;spacingLeft=4;spacingRight=4;overflow=hidden;rotatable=0;points=[[0,0.5],[1,0.5]];portConstraint=eastwest;whiteSpace=wrap;html=1;" value="+ shuffle_cards(): void&lt;div&gt;+ get_card(str): Card&lt;/div&gt;" vertex="1">
+           <mxGeometry height="52" width="240" y="88" as="geometry" />
        </mxCell>
        <mxCell id="eQeHEutrMqce5xfz2TAn-102" edge="1" parent="1" source="eQeHEutrMqce5xfz2TAn-97" style="edgeStyle=orthogonalEdgeStyle;rounded=0;orthogonalLoop=1;jettySize=auto;html=1;exitX=0;exitY=0.25;exitDx=0;exitDy=0;entryX=1.002;entryY=0.845;entryDx=0;entryDy=0;entryPerimeter=0;endArrow=diamondThin;endFill=1;" target="eQeHEutrMqce5xfz2TAn-10">
          <mxGeometry relative="1" as="geometry" />
        </mxCell>
        <mxCell id="eQeHEutrMqce5xfz2TAn-109" edge="1" parent="1" source="eQeHEutrMqce5xfz2TAn-103" style="edgeStyle=orthogonalEdgeStyle;rounded=0;orthogonalLoop=1;jettySize=auto;html=1;exitX=0.75;exitY=0;exitDx=0;exitDy=0;endArrow=diamondThin;endFill=1;" target="eQeHEutrMqce5xfz2TAn-16">
          <mxGeometry relative="1" as="geometry" />
        </mxCell>
        <mxCell id="eQeHEutrMqce5xfz2TAn-103" parent="1" style="swimlane;fontStyle=1;align=center;verticalAlign=top;childLayout=stackLayout;horizontal=1;startSize=26;horizontalStack=0;resizeParent=1;resizeParentMax=0;resizeLast=0;collapsible=1;marginBottom=0;whiteSpace=wrap;html=1;" value="GuiObject" vertex="1">
          <mxGeometry height="130" width="230" x="-620" y="54" as="geometry" />
        </mxCell>
        <mxCell id="eQeHEutrMqce5xfz2TAn-104" parent="eQeHEutrMqce5xfz2TAn-103" style="text;strokeColor=none;fillColor=none;align=left;verticalAlign=top;spacingLeft=4;spacingRight=4;overflow=hidden;rotatable=0;points=[[0,0.5],[1,0.5]];portConstraint=eastwest;whiteSpace=wrap;html=1;" value="- position: UICoordinates&lt;div&gt;- size: UICoordinates&lt;/div&gt;" vertex="1">
          <mxGeometry height="44" width="230" y="26" as="geometry" />
        </mxCell>
        <mxCell id="eQeHEutrMqce5xfz2TAn-105" parent="eQeHEutrMqce5xfz2TAn-103" style="line;strokeWidth=1;fillColor=none;align=left;verticalAlign=middle;spacingTop=-1;spacingLeft=3;spacingRight=3;rotatable=0;labelPosition=right;points=[];portConstraint=eastwest;strokeColor=inherit;" value="" vertex="1">
          <mxGeometry height="8" width="230" y="70" as="geometry" />
        </mxCell>
        <mxCell id="eQeHEutrMqce5xfz2TAn-106" parent="eQeHEutrMqce5xfz2TAn-103" style="text;strokeColor=none;fillColor=none;align=left;verticalAlign=top;spacingLeft=4;spacingRight=4;overflow=hidden;rotatable=0;points=[[0,0.5],[1,0.5]];portConstraint=eastwest;whiteSpace=wrap;html=1;" value="&lt;div&gt;&lt;i&gt;+ get_rect(): PygameRect&lt;/i&gt;&lt;/div&gt;&lt;div&gt;&lt;i&gt;+ draw(PygameWindow): void&lt;/i&gt;&amp;nbsp;&lt;/div&gt;" vertex="1">
          <mxGeometry height="52" width="230" y="78" as="geometry" />
        </mxCell>
        <mxCell id="eQeHEutrMqce5xfz2TAn-107" edge="1" parent="1" source="eQeHEutrMqce5xfz2TAn-21" style="edgeStyle=orthogonalEdgeStyle;rounded=0;orthogonalLoop=1;jettySize=auto;html=1;exitX=0.25;exitY=0;exitDx=0;exitDy=0;entryX=0.195;entryY=0.99;entryDx=0;entryDy=0;entryPerimeter=0;endArrow=block;endFill=0;" target="eQeHEutrMqce5xfz2TAn-106">
          <mxGeometry relative="1" as="geometry" />
        </mxCell>
        <mxCell id="eQeHEutrMqce5xfz2TAn-112" edge="1" parent="1" source="eQeHEutrMqce5xfz2TAn-15" style="edgeStyle=orthogonalEdgeStyle;rounded=0;orthogonalLoop=1;jettySize=auto;html=1;exitX=0.75;exitY=1;exitDx=0;exitDy=0;entryX=0.689;entryY=-0.014;entryDx=0;entryDy=0;entryPerimeter=0;dashed=1;endArrow=open;endFill=0;" target="eQeHEutrMqce5xfz2TAn-29">
          <mxGeometry relative="1" as="geometry" />
        </mxCell>
        <mxCell id="eQeHEutrMqce5xfz2TAn-113" edge="1" parent="1" source="eQeHEutrMqce5xfz2TAn-29" style="edgeStyle=orthogonalEdgeStyle;rounded=0;orthogonalLoop=1;jettySize=auto;html=1;exitX=0.5;exitY=0;exitDx=0;exitDy=0;entryX=0.995;entryY=0.945;entryDx=0;entryDy=0;entryPerimeter=0;endArrow=diamondThin;endFill=1;" target="eQeHEutrMqce5xfz2TAn-83">
+           <mxGeometry relative="1" as="geometry" />
+         </mxCell>
+         <mxCell id="aTlWvmMe62WduTjt0RjZ-1" edge="1" parent="1" source="eQeHEutrMqce5xfz2TAn-77" style="edgeStyle=orthogonalEdgeStyle;rounded=0;orthogonalLoop=1;jettySize=auto;html=1;exitX=1;exitY=0.25;exitDx=0;exitDy=0;entryX=-0.006;entryY=0.716;entryDx=0;entryDy=0;entryPerimeter=0;endArrow=diamondThin;endFill=1;" target="eQeHEutrMqce5xfz2TAn-98">
+           <mxGeometry relative="1" as="geometry" />
+         </mxCell>
+         <mxCell id="aTlWvmMe62WduTjt0RjZ-2" parent="1" style="swimlane;fontStyle=1;align=center;verticalAlign=top;childLayout=stackLayout;horizontal=1;startSize=26;horizontalStack=0;resizeParent=1;resizeParentMax=0;resizeLast=0;collapsible=1;marginBottom=0;whiteSpace=wrap;html=1;" value="CardFactory" vertex="1">
+           <mxGeometry height="120" width="300" x="590" y="290" as="geometry" />
+         </mxCell>
+         <mxCell id="aTlWvmMe62WduTjt0RjZ-3" parent="aTlWvmMe62WduTjt0RjZ-2" style="text;strokeColor=none;fillColor=none;align=left;verticalAlign=top;spacingLeft=4;spacingRight=4;overflow=hidden;rotatable=0;points=[[0,0.5],[1,0.5]];portConstraint=eastwest;whiteSpace=wrap;html=1;" value="- card_list: list[str]&lt;div&gt;- cards: dict[str:Card]&lt;/div&gt;" vertex="1">
+           <mxGeometry height="44" width="300" y="26" as="geometry" />
+         </mxCell>
+         <mxCell id="aTlWvmMe62WduTjt0RjZ-4" parent="aTlWvmMe62WduTjt0RjZ-2" style="line;strokeWidth=1;fillColor=none;align=left;verticalAlign=middle;spacingTop=-1;spacingLeft=3;spacingRight=3;rotatable=0;labelPosition=right;points=[];portConstraint=eastwest;strokeColor=inherit;" value="" vertex="1">
+           <mxGeometry height="8" width="300" y="70" as="geometry" />
+         </mxCell>
+         <mxCell id="aTlWvmMe62WduTjt0RjZ-5" parent="aTlWvmMe62WduTjt0RjZ-2" style="text;strokeColor=none;fillColor=none;align=left;verticalAlign=top;spacingLeft=4;spacingRight=4;overflow=hidden;rotatable=0;points=[[0,0.5],[1,0.5]];portConstraint=eastwest;whiteSpace=wrap;html=1;" value="+ get(): dict[str:Card]&lt;br&gt;&lt;div&gt;+ raffle(): void&lt;/div&gt;" vertex="1">
+           <mxGeometry height="42" width="300" y="78" as="geometry" />
+         </mxCell>
+         <mxCell id="aTlWvmMe62WduTjt0RjZ-6" edge="1" parent="1" source="eQeHEutrMqce5xfz2TAn-10" style="edgeStyle=orthogonalEdgeStyle;rounded=0;orthogonalLoop=1;jettySize=auto;html=1;exitX=1;exitY=0.5;exitDx=0;exitDy=0;entryX=0;entryY=0.5;entryDx=0;entryDy=0;dashed=1;endArrow=open;endFill=0;" target="aTlWvmMe62WduTjt0RjZ-3">
          <mxGeometry relative="1" as="geometry" />
        </mxCell>
      </root>
    </mxGraphModel>
  </diagram>
</mxfile>
